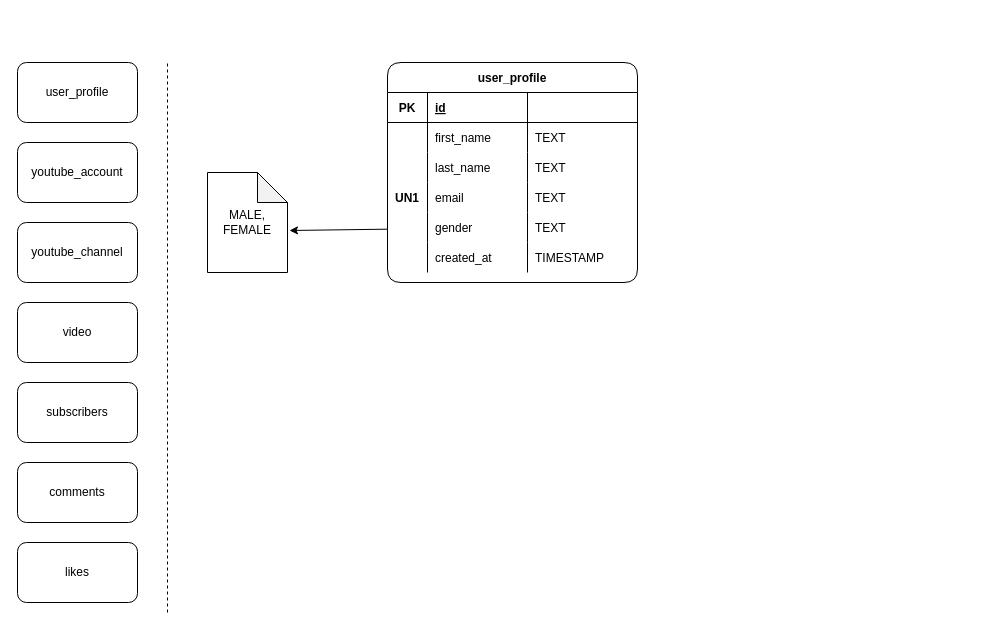
Before: erd-course.drawio in teekaygithub/erd-course, a draw.io diagram. Source tidied: cells renumbered, new cells numbered last; positions are measured from the earlier drawing's top-left corner, leaving out a move shared by most shapes. Both pictures are drawn from the tidied source at 100%, with x=0, y=0 at pixel (17, 62).
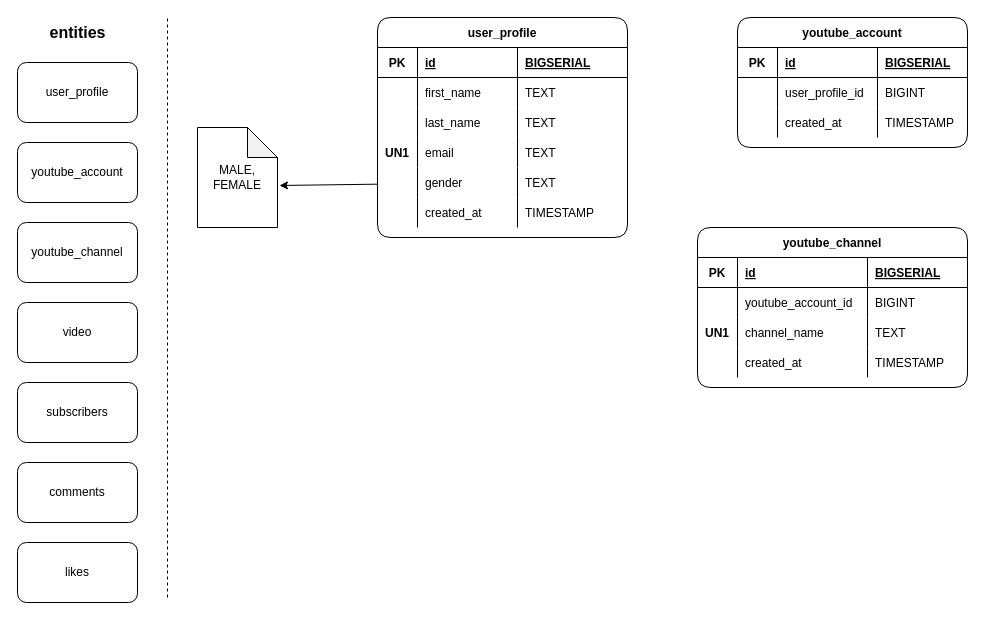
After the change.

Commit message:
new entities: youtube_account and youtube_channel

Unchanged cells that the change refers to:
```xml
<mxCell id="10" style="shape=tableRow;horizontal=0;startSize=0;swimlaneHead=0;swimlaneBody=0;fillColor=none;top=0;left=0;right=0;bottom=1;" parent="9" vertex="1">
  <mxGeometry y="30" width="250" height="30" as="geometry" />
</mxCell>
```

The edit, as a diff of the source:
```diff
@@
     <mxCell id="9" value="user_profile" style="shape=table;startSize=30;childLayout=tableLayout;rowLines=0;fontStyle=1;align=center;rounded=1;swimlaneLine=1;" parent="1" vertex="1">
-      <mxGeometry x="370" width="250" height="220" as="geometry" />
+      <mxGeometry x="360" y="-45" width="250" height="220" as="geometry" />
     </mxCell>
@@
-    <mxCell id="13" style="shape=partialRectangle;fillColor=none;top=0;left=0;bottom=0;right=0;align=left;spacingLeft=6;fontStyle=5;overflow=hidden;" parent="10" vertex="1">
+    <mxCell id="13" value="BIGSERIAL" style="shape=partialRectangle;fillColor=none;top=0;left=0;bottom=0;right=0;align=left;spacingLeft=6;fontStyle=5;overflow=hidden;" parent="10" vertex="1">
       <mxGeometry x="140" width="110" height="30" as="geometry" />
     </mxCell>
@@
     <mxCell id="34" value="&lt;div&gt;MALE,&lt;/div&gt;&lt;div&gt;FEMALE&lt;br&gt;&lt;/div&gt;" style="shape=note;whiteSpace=wrap;html=1;backgroundOutline=1;darkOpacity=0.05;rounded=1;" parent="1" vertex="1">
-      <mxGeometry x="190" y="110" width="80" height="100" as="geometry" />
+      <mxGeometry x="180" y="65" width="80" height="100" as="geometry" />
     </mxCell>
@@
     <mxCell id="36" style="endArrow=none;dashed=1;html=1;rounded=0;" parent="1" edge="1">
       <mxGeometry relative="1" as="geometry">
-        <mxPoint x="150" y="550" as="sourcePoint" />
-        <mxPoint x="150" as="targetPoint" />
+        <mxPoint x="150" y="535" as="sourcePoint" />
+        <mxPoint x="150" y="-45" as="targetPoint" />
       </mxGeometry>
     </mxCell>
+    <mxCell id="37" value="&lt;div style=&quot;font-size: 16px;&quot;&gt;entities&lt;/div&gt;" style="text;html=1;align=center;verticalAlign=middle;strokeColor=none;fillColor=none;fontSize=16;fontStyle=1;" parent="1" vertex="1">
+      <mxGeometry x="20" y="-45" width="80" height="30" as="geometry" />
+    </mxCell>
+    <mxCell id="38" value="youtube_account" style="shape=table;startSize=30;childLayout=tableLayout;rowLines=0;fontStyle=1;align=center;rounded=1;swimlaneLine=1;" parent="1" vertex="1">
+      <mxGeometry x="720" y="-45" width="230" height="130" as="geometry" />
+    </mxCell>
+    <mxCell id="39" style="shape=tableRow;horizontal=0;startSize=0;swimlaneHead=0;swimlaneBody=0;fillColor=none;top=0;left=0;right=0;bottom=1;" parent="38" vertex="1">
+      <mxGeometry y="30" width="230" height="30" as="geometry" />
+    </mxCell>
+    <mxCell id="40" value="PK" style="shape=partialRectangle;fillColor=none;top=0;left=0;bottom=0;right=0;fontStyle=1;overflow=hidden;" parent="39" vertex="1">
+      <mxGeometry width="40" height="30" as="geometry" />
+    </mxCell>
+    <mxCell id="41" value="id" style="shape=partialRectangle;fillColor=none;top=0;left=0;bottom=0;right=0;align=left;spacingLeft=6;fontStyle=5;overflow=hidden;" parent="39" vertex="1">
+      <mxGeometry x="40" width="100" height="30" as="geometry" />
+    </mxCell>
+    <mxCell id="42" value="BIGSERIAL" style="shape=partialRectangle;fillColor=none;top=0;left=0;bottom=0;right=0;align=left;spacingLeft=6;fontStyle=5;overflow=hidden;" parent="39" vertex="1">
+      <mxGeometry x="140" width="90" height="30" as="geometry" />
+    </mxCell>
+    <mxCell id="43" style="shape=tableRow;horizontal=0;startSize=0;swimlaneHead=0;swimlaneBody=0;fillColor=none;top=0;left=0;right=0;bottom=0;" parent="38" vertex="1">
+      <mxGeometry y="60" width="230" height="30" as="geometry" />
+    </mxCell>
+    <mxCell id="44" style="shape=partialRectangle;fillColor=none;top=0;left=0;bottom=0;right=0;overflow=hidden;" parent="43" vertex="1">
+      <mxGeometry width="40" height="30" as="geometry" />
+    </mxCell>
+    <mxCell id="45" value="user_profile_id" style="shape=partialRectangle;fillColor=none;top=0;left=0;bottom=0;right=0;align=left;spacingLeft=6;overflow=hidden;" parent="43" vertex="1">
+      <mxGeometry x="40" width="100" height="30" as="geometry" />
+    </mxCell>
+    <mxCell id="46" value="BIGINT" style="shape=partialRectangle;fillColor=none;top=0;left=0;bottom=0;right=0;align=left;spacingLeft=6;overflow=hidden;" parent="43" vertex="1">
+      <mxGeometry x="140" width="90" height="30" as="geometry" />
+    </mxCell>
+    <mxCell id="47" style="shape=tableRow;horizontal=0;startSize=0;swimlaneHead=0;swimlaneBody=0;fillColor=none;top=0;left=0;right=0;bottom=0;" parent="38" vertex="1">
+      <mxGeometry y="90" width="230" height="30" as="geometry" />
+    </mxCell>
+    <mxCell id="48" style="shape=partialRectangle;fillColor=none;top=0;left=0;bottom=0;right=0;overflow=hidden;" parent="47" vertex="1">
+      <mxGeometry width="40" height="30" as="geometry" />
+    </mxCell>
+    <mxCell id="49" value="created_at    " style="shape=partialRectangle;fillColor=none;top=0;left=0;bottom=0;right=0;align=left;spacingLeft=6;overflow=hidden;" parent="47" vertex="1">
+      <mxGeometry x="40" width="100" height="30" as="geometry" />
+    </mxCell>
+    <mxCell id="50" value="TIMESTAMP" style="shape=partialRectangle;fillColor=none;top=0;left=0;bottom=0;right=0;align=left;spacingLeft=6;overflow=hidden;" parent="47" vertex="1">
+      <mxGeometry x="140" width="90" height="30" as="geometry" />
+    </mxCell>
+    <mxCell id="51" value="youtube_channel" style="shape=table;startSize=30;childLayout=tableLayout;rowLines=0;fontStyle=1;align=center;rounded=1;swimlaneLine=1;" parent="1" vertex="1">
+      <mxGeometry x="680" y="165" width="270" height="160" as="geometry" />
+    </mxCell>
+    <mxCell id="52" style="shape=tableRow;horizontal=0;startSize=0;swimlaneHead=0;swimlaneBody=0;fillColor=none;top=0;left=0;right=0;bottom=1;" parent="51" vertex="1">
+      <mxGeometry y="30" width="270" height="30" as="geometry" />
+    </mxCell>
+    <mxCell id="53" value="PK" style="shape=partialRectangle;fillColor=none;top=0;left=0;bottom=0;right=0;fontStyle=1;overflow=hidden;" parent="52" vertex="1">
+      <mxGeometry width="40" height="30" as="geometry" />
+    </mxCell>
+    <mxCell id="54" value="id" style="shape=partialRectangle;fillColor=none;top=0;left=0;bottom=0;right=0;align=left;spacingLeft=6;fontStyle=5;overflow=hidden;" parent="52" vertex="1">
+      <mxGeometry x="40" width="130" height="30" as="geometry" />
+    </mxCell>
+    <mxCell id="55" value="BIGSERIAL" style="shape=partialRectangle;fillColor=none;top=0;left=0;bottom=0;right=0;align=left;spacingLeft=6;fontStyle=5;overflow=hidden;" parent="52" vertex="1">
+      <mxGeometry x="170" width="100" height="30" as="geometry" />
+    </mxCell>
+    <mxCell id="56" style="shape=tableRow;horizontal=0;startSize=0;swimlaneHead=0;swimlaneBody=0;fillColor=none;top=0;left=0;right=0;bottom=0;" parent="51" vertex="1">
+      <mxGeometry y="60" width="270" height="30" as="geometry" />
+    </mxCell>
+    <mxCell id="57" style="shape=partialRectangle;fillColor=none;top=0;left=0;bottom=0;right=0;overflow=hidden;" parent="56" vertex="1">
+      <mxGeometry width="40" height="30" as="geometry" />
+    </mxCell>
+    <mxCell id="58" value="youtube_account_id" style="shape=partialRectangle;fillColor=none;top=0;left=0;bottom=0;right=0;align=left;spacingLeft=6;overflow=hidden;" parent="56" vertex="1">
+      <mxGeometry x="40" width="130" height="30" as="geometry" />
+    </mxCell>
+    <mxCell id="59" value="BIGINT" style="shape=partialRectangle;fillColor=none;top=0;left=0;bottom=0;right=0;align=left;spacingLeft=6;overflow=hidden;" parent="56" vertex="1">
+      <mxGeometry x="170" width="100" height="30" as="geometry" />
+    </mxCell>
+    <mxCell id="60" style="shape=tableRow;horizontal=0;startSize=0;swimlaneHead=0;swimlaneBody=0;fillColor=none;top=0;left=0;right=0;bottom=0;" parent="51" vertex="1">
+      <mxGeometry y="90" width="270" height="30" as="geometry" />
+    </mxCell>
+    <mxCell id="61" value="UN1" style="shape=partialRectangle;fillColor=none;top=0;left=0;bottom=0;right=0;overflow=hidden;fontStyle=1;" parent="60" vertex="1">
+      <mxGeometry width="40" height="30" as="geometry" />
+    </mxCell>
+    <mxCell id="62" value="channel_name" style="shape=partialRectangle;fillColor=none;top=0;left=0;bottom=0;right=0;align=left;spacingLeft=6;overflow=hidden;" parent="60" vertex="1">
+      <mxGeometry x="40" width="130" height="30" as="geometry" />
+    </mxCell>
+    <mxCell id="63" value="TEXT" style="shape=partialRectangle;fillColor=none;top=0;left=0;bottom=0;right=0;align=left;spacingLeft=6;overflow=hidden;" parent="60" vertex="1">
+      <mxGeometry x="170" width="100" height="30" as="geometry" />
+    </mxCell>
+    <mxCell id="64" style="shape=tableRow;horizontal=0;startSize=0;swimlaneHead=0;swimlaneBody=0;fillColor=none;top=0;left=0;right=0;bottom=0;" parent="51" vertex="1">
+      <mxGeometry y="120" width="270" height="30" as="geometry" />
+    </mxCell>
+    <mxCell id="65" style="shape=partialRectangle;fillColor=none;top=0;left=0;bottom=0;right=0;overflow=hidden;" parent="64" vertex="1">
+      <mxGeometry width="40" height="30" as="geometry" />
+    </mxCell>
+    <mxCell id="66" value="created_at" style="shape=partialRectangle;fillColor=none;top=0;left=0;bottom=0;right=0;align=left;spacingLeft=6;overflow=hidden;" parent="64" vertex="1">
+      <mxGeometry x="40" width="130" height="30" as="geometry" />
+    </mxCell>
+    <mxCell id="67" value="TIMESTAMP" style="shape=partialRectangle;fillColor=none;top=0;left=0;bottom=0;right=0;align=left;spacingLeft=6;overflow=hidden;" parent="64" vertex="1">
+      <mxGeometry x="170" width="100" height="30" as="geometry" />
+    </mxCell>
```
